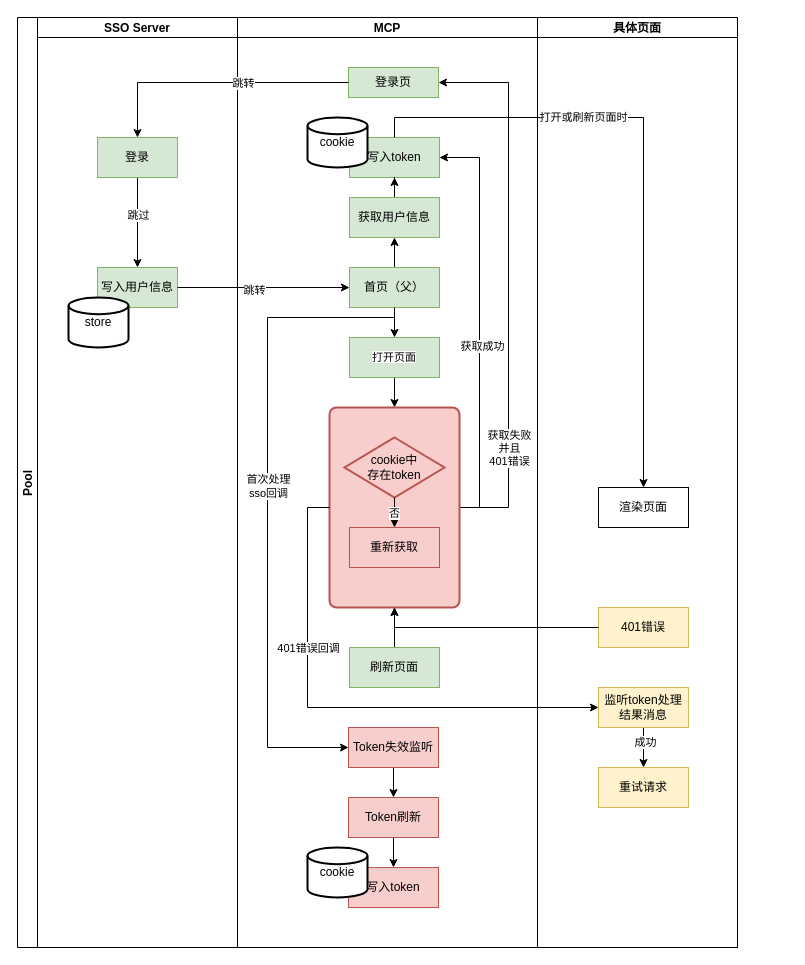
stonefromsky/workflowchart keeps this draw.io diagram as oidc访问令牌流程.drawio. Above is the earlier version. Source tidied: cells renumbered, new cells numbered last; positions are measured from the earlier drawing's top-left corner, leaving out a move shared by most shapes. Both pictures are drawn from the tidied source at 100%, with x=0, y=0 at pixel (17, 17).
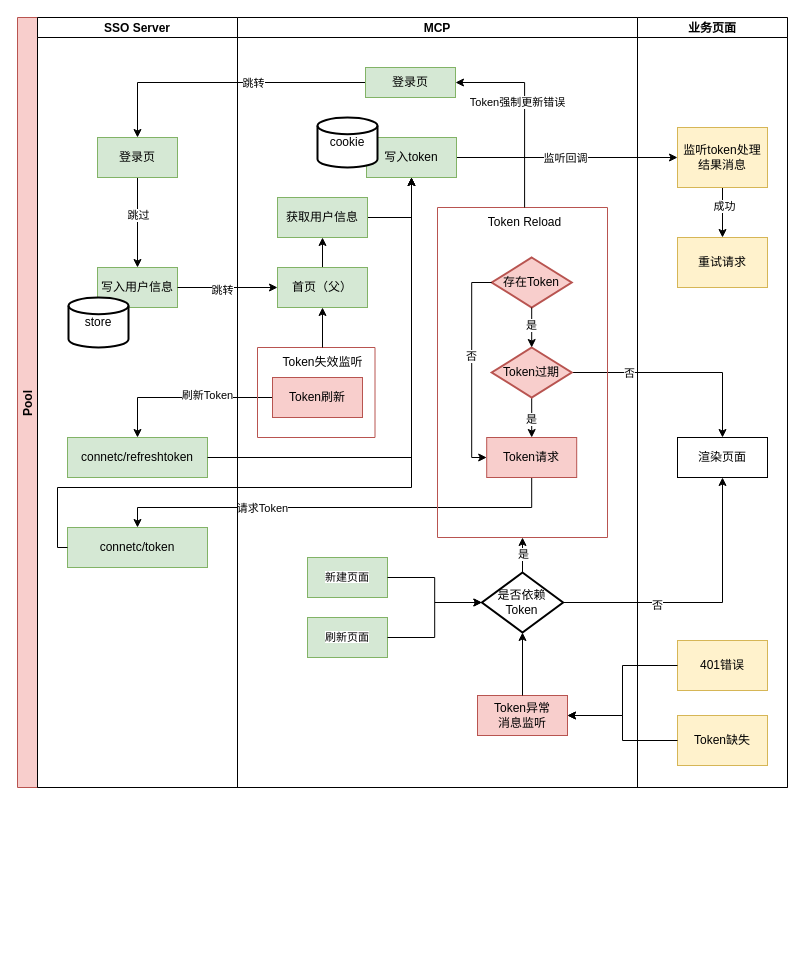
The same diagram, later.

Commit message:
更新oidc访问令牌流程.drawio

The change refers to these unchanged cells:
```xml
<mxCell id="7" value="写入用户信息" style="rounded=0;whiteSpace=wrap;html=1;fillColor=#d5e8d4;strokeColor=#82b366;" parent="3" vertex="1">
  <mxGeometry x="60" y="250" width="80" height="40" as="geometry" />
</mxCell>
```

What changed in the source:
```diff
@@
-    <mxCell id="2" value="Pool" style="swimlane;startSize=20;horizontal=0;" parent="1" vertex="1">
-      <mxGeometry width="720" height="930" as="geometry" />
+    <mxCell id="2" value="Pool" style="swimlane;startSize=20;horizontal=0;fillColor=#f8cecc;strokeColor=#b85450;" parent="1" vertex="1">
+      <mxGeometry width="770" height="770" as="geometry" />
     </mxCell>
     <mxCell id="3" value="SSO Server" style="swimlane;startSize=20;" parent="2" vertex="1">
-      <mxGeometry x="20" width="200" height="930" as="geometry" />
+      <mxGeometry x="20" width="200" height="770" as="geometry" />
     </mxCell>
@@
-    <mxCell id="6" value="登录" style="rounded=0;whiteSpace=wrap;html=1;fillColor=#d5e8d4;strokeColor=#82b366;" parent="3" vertex="1">
+    <mxCell id="6" value="登录页" style="rounded=0;whiteSpace=wrap;html=1;fillColor=#d5e8d4;strokeColor=#82b366;" parent="3" vertex="1">
       <mxGeometry x="60" y="120" width="80" height="40" as="geometry" />
     </mxCell>
@@
+    <mxCell id="55" value="connetc/refreshtoken" style="rounded=0;whiteSpace=wrap;html=1;fillColor=#d5e8d4;strokeColor=#82b366;" parent="3" vertex="1">
+      <mxGeometry x="30" y="420" width="140" height="40" as="geometry" />
+    </mxCell>
+    <mxCell id="56" value="connetc/token" style="rounded=0;whiteSpace=wrap;html=1;fillColor=#d5e8d4;strokeColor=#82b366;" parent="3" vertex="1">
+      <mxGeometry x="30" y="510" width="140" height="40" as="geometry" />
+    </mxCell>
+    <mxCell id="46" style="edgeStyle=orthogonalEdgeStyle;rounded=0;jettySize=auto;html=1;entryX=0.5;entryY=0;entryDx=0;entryDy=0;" parent="2" edge="1" source="10" target="6">
+      <mxGeometry relative="1" as="geometry" />
+    </mxCell>
+    <mxCell id="47" value="跳转" style="edgeLabel;html=1;align=center;verticalAlign=middle;" parent="46" vertex="1">
+      <mxGeometry x="-0.2" relative="1" as="geometry" />
+    </mxCell>
+    <mxCell id="48" style="edgeStyle=orthogonalEdgeStyle;rounded=0;jettySize=auto;html=1;entryX=0;entryY=0.5;entryDx=0;entryDy=0;exitX=1;exitY=0.5;exitDx=0;exitDy=0;" parent="2" edge="1" source="7" target="13">
+      <mxGeometry relative="1" as="geometry" />
+    </mxCell>
+    <mxCell id="49" value="跳转" style="edgeLabel;html=1;align=center;verticalAlign=middle;" parent="48" vertex="1">
+      <mxGeometry x="-0.12" y="-2" relative="1" as="geometry" />
+    </mxCell>
+    <mxCell id="57" style="edgeStyle=orthogonalEdgeStyle;rounded=0;jettySize=auto;html=1;entryX=0.5;entryY=1;entryDx=0;entryDy=0;exitX=1;exitY=0.5;exitDx=0;exitDy=0;" parent="2" edge="1" source="55" target="18">
+      <mxGeometry relative="1" as="geometry" />
+    </mxCell>
+    <mxCell id="58" style="edgeStyle=orthogonalEdgeStyle;rounded=0;jettySize=auto;html=1;entryX=0.5;entryY=0;entryDx=0;entryDy=0;" parent="2" edge="1" source="36" target="55">
+      <mxGeometry relative="1" as="geometry" />
+    </mxCell>
+    <mxCell id="59" value="刷新Token" style="edgeLabel;html=1;align=center;verticalAlign=middle;" parent="58" vertex="1">
+      <mxGeometry x="-0.25" y="-3" relative="1" as="geometry" />
+    </mxCell>
+    <mxCell id="60" style="edgeStyle=orthogonalEdgeStyle;rounded=0;jettySize=auto;html=1;entryX=0.5;entryY=1;entryDx=0;entryDy=0;" parent="2" edge="1" source="84" target="40">
+      <mxGeometry relative="1" as="geometry">
+        <Array as="points">
+          <mxPoint x="705" y="585" />
+        </Array>
+      </mxGeometry>
+    </mxCell>
+    <mxCell id="61" value="否" style="edgeLabel;html=1;align=center;verticalAlign=middle;" parent="60" vertex="1">
+      <mxGeometry x="-0.34" y="-2" relative="1" as="geometry" />
+    </mxCell>
+    <mxCell id="62" style="edgeStyle=orthogonalEdgeStyle;rounded=0;jettySize=auto;html=1;entryX=0.5;entryY=0;entryDx=0;entryDy=0;" parent="2" edge="1" source="77" target="40">
+      <mxGeometry relative="1" as="geometry" />
+    </mxCell>
+    <mxCell id="63" value="否" style="edgeLabel;html=1;align=center;verticalAlign=middle;" parent="62" vertex="1">
+      <mxGeometry x="-0.47" relative="1" as="geometry" />
+    </mxCell>
+    <mxCell id="64" style="edgeStyle=orthogonalEdgeStyle;rounded=0;jettySize=auto;html=1;entryX=0.5;entryY=0;entryDx=0;entryDy=0;exitX=0.5;exitY=1;exitDx=0;exitDy=0;" parent="2" edge="1" source="73" target="56">
+      <mxGeometry relative="1" as="geometry">
+        <Array as="points">
+          <mxPoint x="514" y="490" />
+          <mxPoint x="120" y="490" />
+        </Array>
+      </mxGeometry>
+    </mxCell>
+    <mxCell id="65" value="请求Token" style="edgeLabel;html=1;align=center;verticalAlign=middle;" parent="64" vertex="1">
+      <mxGeometry x="0.35" relative="1" as="geometry" />
+    </mxCell>
+    <mxCell id="66" style="edgeStyle=orthogonalEdgeStyle;rounded=0;jettySize=auto;html=1;exitX=0;exitY=0.5;exitDx=0;exitDy=0;entryX=0.5;entryY=1;entryDx=0;entryDy=0;" parent="2" edge="1" source="56" target="18">
+      <mxGeometry relative="1" as="geometry">
+        <Array as="points">
+          <mxPoint x="40" y="530" />
+          <mxPoint x="40" y="470" />
+          <mxPoint x="394" y="470" />
+        </Array>
+      </mxGeometry>
+    </mxCell>
+    <mxCell id="67" style="edgeStyle=orthogonalEdgeStyle;rounded=0;jettySize=auto;html=1;" parent="2" edge="1" source="18" target="44">
+      <mxGeometry relative="1" as="geometry" />
+    </mxCell>
+    <mxCell id="68" value="监听回调" style="edgeLabel;html=1;align=center;verticalAlign=middle;" parent="67" vertex="1">
+      <mxGeometry x="-0.2" relative="1" as="geometry">
+        <mxPoint x="20" as="offset" />
+      </mxGeometry>
+    </mxCell>
     <mxCell id="9" value="MCP" style="swimlane;startSize=20;" parent="2" vertex="1">
-      <mxGeometry x="220" width="300" height="930" as="geometry" />
+      <mxGeometry x="220" width="400" height="770" as="geometry" />
     </mxCell>
     <mxCell id="10" value="登录页" style="rounded=0;whiteSpace=wrap;html=1;fillColor=#d5e8d4;strokeColor=#82b366;" parent="9" vertex="1">
-      <mxGeometry x="111" y="50" width="90" height="30" as="geometry" />
+      <mxGeometry x="128" y="50" width="90" height="30" as="geometry" />
     </mxCell>
-    <mxCell id="11" style="edgeStyle=orthogonalEdgeStyle;rounded=0;jettySize=auto;html=1;entryX=0.5;entryY=0;entryDx=0;entryDy=0;" parent="9" edge="1" source="13" target="15">
-      <mxGeometry relative="1" as="geometry" />
-    </mxCell>
@@
     <mxCell id="13" value="首页（父）" style="rounded=0;whiteSpace=wrap;html=1;fillColor=#d5e8d4;strokeColor=#82b366;" parent="9" vertex="1">
-      <mxGeometry x="112" y="250" width="90" height="40" as="geometry" />
+      <mxGeometry x="40" y="250" width="90" height="40" as="geometry" />
     </mxCell>
-    <mxCell id="14" style="edgeStyle=orthogonalEdgeStyle;rounded=0;jettySize=auto;html=1;entryX=0.5;entryY=0;entryDx=0;entryDy=0;" parent="9" edge="1" source="15" target="24">
-      <mxGeometry relative="1" as="geometry" />
-    </mxCell>
-    <mxCell id="15" value="&lt;span style=&quot;font-size: 11px; text-wrap-mode: nowrap; background-color: rgb(255, 255, 255);&quot;&gt;打开页面&lt;/span&gt;" style="rounded=0;whiteSpace=wrap;html=1;fillColor=#d5e8d4;strokeColor=#82b366;" parent="9" vertex="1">
-      <mxGeometry x="112" y="320" width="90" height="40" as="geometry" />
+    <mxCell id="15" value="&lt;span style=&quot;font-size: 11px; text-wrap-mode: nowrap; background-color: rgb(255, 255, 255);&quot;&gt;新建页面&lt;/span&gt;" style="rounded=0;whiteSpace=wrap;html=1;fillColor=#d5e8d4;strokeColor=#82b366;" parent="9" vertex="1">
+      <mxGeometry x="70" y="540" width="80" height="40" as="geometry" />
     </mxCell>
-    <mxCell id="16" style="edgeStyle=orthogonalEdgeStyle;rounded=0;jettySize=auto;html=1;entryX=0;entryY=0.5;entryDx=0;entryDy=0;exitX=0.5;exitY=1;exitDx=0;exitDy=0;" parent="9" edge="1" source="13" target="30">
-      <mxGeometry relative="1" as="geometry">
-        <Array as="points">
-          <mxPoint x="157" y="300" />
-          <mxPoint x="30" y="300" />
-          <mxPoint x="30" y="730" />
-        </Array>
-      </mxGeometry>
-    </mxCell>
-    <mxCell id="17" value="&lt;div&gt;首次处理&lt;/div&gt;sso回调" style="edgeLabel;html=1;align=center;verticalAlign=middle;" parent="16" vertex="1">
-      <mxGeometry x="-0.06" relative="1" as="geometry" />
-    </mxCell>
     <mxCell id="18" value="写入token" style="rounded=0;whiteSpace=wrap;html=1;fillColor=#d5e8d4;strokeColor=#82b366;" parent="9" vertex="1">
-      <mxGeometry x="112" y="120" width="90" height="40" as="geometry" />
+      <mxGeometry x="129" y="120" width="90" height="40" as="geometry" />
     </mxCell>
     <mxCell id="19" value="cookie" style="strokeWidth=2;html=1;shape=mxgraph.flowchart.database;whiteSpace=wrap;" parent="9" vertex="1">
-      <mxGeometry x="70" y="100" width="60" height="50" as="geometry" />
+      <mxGeometry x="80" y="100" width="60" height="50" as="geometry" />
     </mxCell>
-    <mxCell id="20" style="edgeStyle=orthogonalEdgeStyle;rounded=0;jettySize=auto;html=1;entryX=1;entryY=0.5;entryDx=0;entryDy=0;exitX=1;exitY=0.5;exitDx=0;exitDy=0;" parent="9" edge="1" source="24" target="10">
-      <mxGeometry relative="1" as="geometry">
-        <Array as="points">
-          <mxPoint x="271" y="490" />
-          <mxPoint x="271" y="65" />
-        </Array>
-      </mxGeometry>
-    </mxCell>
-    <mxCell id="21" value="获取失败&lt;div&gt;并且&lt;br&gt;401错误&lt;/div&gt;" style="edgeLabel;html=1;align=center;verticalAlign=middle;" parent="20" vertex="1">
-      <mxGeometry x="-0.6" relative="1" as="geometry" />
-    </mxCell>
-    <mxCell id="22" style="edgeStyle=orthogonalEdgeStyle;rounded=0;jettySize=auto;html=1;entryX=1;entryY=0.5;entryDx=0;entryDy=0;exitX=1;exitY=0.5;exitDx=0;exitDy=0;" parent="9" edge="1" source="24" target="18">
-      <mxGeometry relative="1" as="geometry" />
-    </mxCell>
-    <mxCell id="23" value="获取成功" style="edgeLabel;html=1;align=center;verticalAlign=middle;" parent="22" vertex="1">
-      <mxGeometry x="-0.11" y="-2" relative="1" as="geometry" />
-    </mxCell>
-    <mxCell id="24" style="rounded=1;whiteSpace=wrap;html=1;absoluteArcSize=1;arcSize=14;strokeWidth=2;align=left;fillColor=#f8cecc;strokeColor=#b85450;" parent="9" vertex="1">
-      <mxGeometry x="92" y="390" width="130" height="200" as="geometry" />
-    </mxCell>
-    <mxCell id="25" value="cookie中&lt;br&gt;存在token" style="strokeWidth=2;html=1;shape=mxgraph.flowchart.decision;whiteSpace=wrap;fillColor=#f8cecc;strokeColor=#b85450;" parent="9" vertex="1">
-      <mxGeometry x="107" y="420" width="100" height="60" as="geometry" />
-    </mxCell>
-    <mxCell id="26" style="edgeStyle=orthogonalEdgeStyle;rounded=0;jettySize=auto;html=1;" parent="9" edge="1" source="25" target="28">
-      <mxGeometry relative="1" as="geometry" />
-    </mxCell>
-    <mxCell id="27" value="否" style="edgeLabel;html=1;align=center;verticalAlign=middle;" parent="26" vertex="1">
-      <mxGeometry x="-0.4" y="-1" relative="1" as="geometry" />
-    </mxCell>
-    <mxCell id="28" value="重新获取" style="rounded=0;whiteSpace=wrap;html=1;fillColor=#f8cecc;strokeColor=#b85450;" parent="9" vertex="1">
-      <mxGeometry x="112" y="510" width="90" height="40" as="geometry" />
-    </mxCell>
-    <mxCell id="29" style="edgeStyle=orthogonalEdgeStyle;rounded=0;jettySize=auto;html=1;entryX=0.5;entryY=0;entryDx=0;entryDy=0;" parent="9" edge="1" source="30" target="36">
-      <mxGeometry relative="1" as="geometry" />
-    </mxCell>
-    <mxCell id="30" value="Token失效监听" style="rounded=0;whiteSpace=wrap;html=1;fillColor=#f8cecc;strokeColor=#b85450;" parent="9" vertex="1">
-      <mxGeometry x="111" y="710" width="90" height="40" as="geometry" />
-    </mxCell>
-    <mxCell id="31" style="edgeStyle=orthogonalEdgeStyle;rounded=0;jettySize=auto;html=1;entryX=0.5;entryY=1;entryDx=0;entryDy=0;" parent="9" edge="1" source="32" target="18">
+    <mxCell id="31" style="edgeStyle=orthogonalEdgeStyle;rounded=0;jettySize=auto;html=1;entryX=0.5;entryY=1;entryDx=0;entryDy=0;exitX=1;exitY=0.5;exitDx=0;exitDy=0;" parent="9" edge="1" source="32" target="18">
       <mxGeometry relative="1" as="geometry" />
     </mxCell>
     <mxCell id="32" value="获取用户信息" style="rounded=0;whiteSpace=wrap;html=1;fillColor=#d5e8d4;strokeColor=#82b366;" parent="9" vertex="1">
-      <mxGeometry x="112" y="180" width="90" height="40" as="geometry" />
+      <mxGeometry x="40" y="180" width="90" height="40" as="geometry" />
     </mxCell>
-    <mxCell id="33" style="edgeStyle=orthogonalEdgeStyle;rounded=0;jettySize=auto;html=1;entryX=0.5;entryY=1;entryDx=0;entryDy=0;" parent="9" edge="1" source="34" target="24">
-      <mxGeometry relative="1" as="geometry" />
-    </mxCell>
+    <mxCell id="69" style="swimlane;startSize=0;fillColor=#f8cecc;strokeColor=#b85450;" parent="9" vertex="1">
+      <mxGeometry x="20" y="330" width="117.5" height="90" as="geometry" />
+    </mxCell>
+    <mxCell id="30" value="Token失效监听" style="text;html=1;align=center;verticalAlign=middle;points=[];strokeColor=none;fillColor=none;" parent="69" vertex="1">
+      <mxGeometry x="15" width="100" height="30" as="geometry" />
+    </mxCell>
+    <mxCell id="36" value="Token刷新" style="rounded=0;whiteSpace=wrap;html=1;fillColor=#f8cecc;strokeColor=#b85450;" parent="69" vertex="1">
+      <mxGeometry x="15" y="30" width="90" height="40" as="geometry" />
+    </mxCell>
+    <mxCell id="70" style="edgeStyle=orthogonalEdgeStyle;rounded=0;jettySize=auto;html=1;entryX=0.5;entryY=1;entryDx=0;entryDy=0;" parent="9" edge="1" source="30" target="13">
+      <mxGeometry relative="1" as="geometry" />
+    </mxCell>
+    <mxCell id="71" style="swimlane;startSize=0;fillColor=#f8cecc;strokeColor=#b85450;" parent="9" vertex="1">
+      <mxGeometry x="200" y="190" width="170" height="330" as="geometry" />
+    </mxCell>
+    <mxCell id="72" value="Token Reload" style="text;html=1;align=center;verticalAlign=middle;points=[];strokeColor=none;fillColor=none;" parent="71" vertex="1">
+      <mxGeometry x="36.8" width="100" height="30" as="geometry" />
+    </mxCell>
+    <mxCell id="73" value="Token请求" style="rounded=0;whiteSpace=wrap;html=1;fillColor=#f8cecc;strokeColor=#b85450;" parent="71" vertex="1">
+      <mxGeometry x="49.2" y="230" width="90" height="40" as="geometry" />
+    </mxCell>
+    <mxCell id="74" value="存在Token" style="strokeWidth=2;html=1;shape=mxgraph.flowchart.decision;whiteSpace=wrap;fillColor=#f8cecc;strokeColor=#b85450;" parent="71" vertex="1">
+      <mxGeometry x="54.2" y="50" width="80" height="50" as="geometry" />
+    </mxCell>
+    <mxCell id="75" style="edgeStyle=orthogonalEdgeStyle;rounded=0;jettySize=auto;html=1;" parent="71" edge="1" source="77" target="73">
+      <mxGeometry relative="1" as="geometry" />
+    </mxCell>
+    <mxCell id="76" value="是" style="edgeLabel;html=1;align=center;verticalAlign=middle;" parent="75" vertex="1">
+      <mxGeometry x="0.05" y="-1" relative="1" as="geometry" />
+    </mxCell>
+    <mxCell id="77" value="Token过期" style="strokeWidth=2;html=1;shape=mxgraph.flowchart.decision;whiteSpace=wrap;fillColor=#f8cecc;strokeColor=#b85450;" parent="71" vertex="1">
+      <mxGeometry x="54.2" y="140" width="80" height="50" as="geometry" />
+    </mxCell>
+    <mxCell id="78" style="edgeStyle=orthogonalEdgeStyle;rounded=0;jettySize=auto;html=1;" parent="71" edge="1" source="74" target="77">
+      <mxGeometry relative="1" as="geometry" />
+    </mxCell>
+    <mxCell id="79" value="是" style="edgeLabel;html=1;align=center;verticalAlign=middle;" parent="78" vertex="1">
+      <mxGeometry x="-0.15" y="-1" relative="1" as="geometry" />
+    </mxCell>
+    <mxCell id="80" style="edgeStyle=orthogonalEdgeStyle;rounded=0;jettySize=auto;html=1;entryX=0;entryY=0.5;entryDx=0;entryDy=0;exitX=0;exitY=0.5;exitDx=0;exitDy=0;exitPerimeter=0;" parent="71" edge="1" source="74" target="73">
+      <mxGeometry relative="1" as="geometry" />
+    </mxCell>
+    <mxCell id="81" value="否" style="edgeLabel;html=1;align=center;verticalAlign=middle;" parent="80" vertex="1">
+      <mxGeometry x="-0.11" y="-1" relative="1" as="geometry" />
+    </mxCell>
+    <mxCell id="82" style="edgeStyle=orthogonalEdgeStyle;rounded=0;jettySize=auto;html=1;entryX=0.5;entryY=1;entryDx=0;entryDy=0;" parent="9" edge="1" source="84" target="71">
+      <mxGeometry relative="1" as="geometry" />
+    </mxCell>
+    <mxCell id="83" value="是" style="edgeLabel;html=1;align=center;verticalAlign=middle;" parent="82" vertex="1">
+      <mxGeometry x="-0.05" relative="1" as="geometry" />
+    </mxCell>
+    <mxCell id="84" value="是否依赖Token" style="strokeWidth=2;html=1;shape=mxgraph.flowchart.decision;whiteSpace=wrap;" parent="9" vertex="1">
+      <mxGeometry x="244.4" y="555" width="81.2" height="60" as="geometry" />
+    </mxCell>
+    <mxCell id="85" style="edgeStyle=orthogonalEdgeStyle;rounded=0;jettySize=auto;html=1;entryX=0;entryY=0.5;entryDx=0;entryDy=0;entryPerimeter=0;" parent="9" edge="1" source="15" target="84">
+      <mxGeometry relative="1" as="geometry" />
+    </mxCell>
+    <mxCell id="86" style="edgeStyle=orthogonalEdgeStyle;rounded=0;jettySize=auto;html=1;entryX=1;entryY=0.5;entryDx=0;entryDy=0;exitX=0.503;exitY=0;exitDx=0;exitDy=0;exitPerimeter=0;" parent="9" edge="1" source="72" target="10">
+      <mxGeometry relative="1" as="geometry" />
+    </mxCell>
+    <mxCell id="87" value="Token强制更新错误" style="edgeLabel;html=1;align=center;verticalAlign=middle;" parent="86" vertex="1">
+      <mxGeometry x="0.35" y="-2" relative="1" as="geometry">
+        <mxPoint x="-2" y="21" as="offset" />
+      </mxGeometry>
+    </mxCell>
+    <mxCell id="88" value="Token异常&lt;div&gt;消息监听&lt;/div&gt;" style="rounded=0;whiteSpace=wrap;html=1;fillColor=#f8cecc;strokeColor=#b85450;" parent="9" vertex="1">
+      <mxGeometry x="240" y="678" width="90" height="40" as="geometry" />
+    </mxCell>
+    <mxCell id="89" style="edgeStyle=orthogonalEdgeStyle;rounded=0;jettySize=auto;html=1;entryX=0.5;entryY=1;entryDx=0;entryDy=0;entryPerimeter=0;" parent="9" edge="1" source="88" target="84">
+      <mxGeometry relative="1" as="geometry" />
+    </mxCell>
-    <mxCell id="34" value="刷新页面" style="rounded=0;whiteSpace=wrap;html=1;fillColor=#d5e8d4;strokeColor=#82b366;" parent="9" vertex="1">
-      <mxGeometry x="112" y="630" width="90" height="40" as="geometry" />
+    <mxCell id="34" value="&lt;span style=&quot;font-size: 11px; text-wrap-mode: nowrap; background-color: rgb(255, 255, 255);&quot;&gt;刷新页面&lt;/span&gt;" style="rounded=0;whiteSpace=wrap;html=1;fillColor=#d5e8d4;strokeColor=#82b366;" parent="9" vertex="1">
+      <mxGeometry x="70" y="600" width="80" height="40" as="geometry" />
     </mxCell>
-    <mxCell id="35" style="edgeStyle=orthogonalEdgeStyle;rounded=0;jettySize=auto;html=1;" parent="9" edge="1" source="36" target="37">
-      <mxGeometry relative="1" as="geometry" />
-    </mxCell>
-    <mxCell id="36" value="Token刷新" style="rounded=0;whiteSpace=wrap;html=1;fillColor=#f8cecc;strokeColor=#b85450;" parent="9" vertex="1">
-      <mxGeometry x="111" y="780" width="90" height="40" as="geometry" />
-    </mxCell>
-    <mxCell id="37" value="写入token" style="rounded=0;whiteSpace=wrap;html=1;fillColor=#f8cecc;strokeColor=#b85450;" parent="9" vertex="1">
-      <mxGeometry x="111" y="850" width="90" height="40" as="geometry" />
-    </mxCell>
-    <mxCell id="38" value="cookie" style="strokeWidth=2;html=1;shape=mxgraph.flowchart.database;whiteSpace=wrap;" parent="9" vertex="1">
-      <mxGeometry x="70" y="830" width="60" height="50" as="geometry" />
-    </mxCell>
+    <mxCell id="90" style="edgeStyle=orthogonalEdgeStyle;rounded=0;jettySize=auto;html=1;entryX=0;entryY=0.5;entryDx=0;entryDy=0;entryPerimeter=0;" parent="9" edge="1" source="34" target="84">
+      <mxGeometry relative="1" as="geometry" />
+    </mxCell>
-    <mxCell id="39" value="具体页面" style="swimlane;startSize=20;" parent="2" vertex="1">
-      <mxGeometry x="520" width="200" height="930" as="geometry" />
+    <mxCell id="39" value="业务页面" style="swimlane;startSize=20;" parent="2" vertex="1">
+      <mxGeometry x="620" width="150" height="770" as="geometry" />
     </mxCell>
     <mxCell id="40" value="渲染页面" style="rounded=0;whiteSpace=wrap;html=1;" parent="39" vertex="1">
-      <mxGeometry x="61" y="470" width="90" height="40" as="geometry" />
+      <mxGeometry x="40" y="420" width="90" height="40" as="geometry" />
     </mxCell>
     <mxCell id="41" value="401错误" style="rounded=0;whiteSpace=wrap;html=1;fillColor=#fff2cc;strokeColor=#d6b656;" parent="39" vertex="1">
-      <mxGeometry x="61" y="590" width="90" height="40" as="geometry" />
+      <mxGeometry x="40" y="623" width="90" height="50" as="geometry" />
     </mxCell>
@@
     <mxCell id="44" value="监听token处理结果消息" style="rounded=0;whiteSpace=wrap;html=1;fillColor=#fff2cc;strokeColor=#d6b656;" parent="39" vertex="1">
-      <mxGeometry x="61" y="670" width="90" height="40" as="geometry" />
+      <mxGeometry x="40" y="110" width="90" height="60" as="geometry" />
     </mxCell>
     <mxCell id="45" value="重试请求" style="rounded=0;whiteSpace=wrap;html=1;fillColor=#fff2cc;strokeColor=#d6b656;" parent="39" vertex="1">
-      <mxGeometry x="61" y="750" width="90" height="40" as="geometry" />
+      <mxGeometry x="40" y="220" width="90" height="50" as="geometry" />
     </mxCell>
-    <mxCell id="46" style="edgeStyle=orthogonalEdgeStyle;rounded=0;jettySize=auto;html=1;entryX=0.5;entryY=0;entryDx=0;entryDy=0;" parent="2" edge="1" source="10" target="6">
-      <mxGeometry relative="1" as="geometry" />
-    </mxCell>
-    <mxCell id="47" value="跳转" style="edgeLabel;html=1;align=center;verticalAlign=middle;" parent="46" vertex="1">
-      <mxGeometry x="-0.2" relative="1" as="geometry" />
-    </mxCell>
-    <mxCell id="48" style="edgeStyle=orthogonalEdgeStyle;rounded=0;jettySize=auto;html=1;entryX=0;entryY=0.5;entryDx=0;entryDy=0;exitX=1;exitY=0.5;exitDx=0;exitDy=0;" parent="2" edge="1" source="7" target="13">
-      <mxGeometry relative="1" as="geometry" />
-    </mxCell>
-    <mxCell id="49" value="跳转" style="edgeLabel;html=1;align=center;verticalAlign=middle;" parent="48" vertex="1">
-      <mxGeometry x="-0.12" y="-2" relative="1" as="geometry" />
-    </mxCell>
-    <mxCell id="50" style="edgeStyle=orthogonalEdgeStyle;rounded=0;jettySize=auto;html=1;entryX=0.5;entryY=1;entryDx=0;entryDy=0;" parent="2" edge="1" source="41" target="24">
-      <mxGeometry relative="1" as="geometry" />
-    </mxCell>
-    <mxCell id="51" style="edgeStyle=orthogonalEdgeStyle;rounded=0;jettySize=auto;html=1;entryX=0;entryY=0.5;entryDx=0;entryDy=0;exitX=0;exitY=0.5;exitDx=0;exitDy=0;" parent="2" edge="1" source="24" target="44">
-      <mxGeometry relative="1" as="geometry">
-        <Array as="points">
-          <mxPoint x="290" y="490" />
-          <mxPoint x="290" y="690" />
-        </Array>
-      </mxGeometry>
-    </mxCell>
-    <mxCell id="52" value="401错误回调" style="edgeLabel;html=1;align=center;verticalAlign=middle;" parent="51" vertex="1">
-      <mxGeometry x="-0.37" relative="1" as="geometry" />
-    </mxCell>
-    <mxCell id="53" style="edgeStyle=orthogonalEdgeStyle;rounded=0;jettySize=auto;html=1;entryX=0.5;entryY=0;entryDx=0;entryDy=0;exitX=0.5;exitY=0;exitDx=0;exitDy=0;" parent="2" edge="1" source="18" target="40">
-      <mxGeometry relative="1" as="geometry" />
-    </mxCell>
-    <mxCell id="54" value="打开或刷新页面时" style="edgeLabel;html=1;align=center;verticalAlign=middle;" parent="53" vertex="1">
-      <mxGeometry x="-0.35" relative="1" as="geometry">
-        <mxPoint y="-1" as="offset" />
-      </mxGeometry>
-    </mxCell>
+    <mxCell id="91" value="Token缺失" style="rounded=0;whiteSpace=wrap;html=1;fillColor=#fff2cc;strokeColor=#d6b656;" parent="39" vertex="1">
+      <mxGeometry x="40" y="698" width="90" height="50" as="geometry" />
+    </mxCell>
+    <mxCell id="92" style="edgeStyle=orthogonalEdgeStyle;rounded=0;jettySize=auto;html=1;entryX=1;entryY=0.5;entryDx=0;entryDy=0;" parent="2" edge="1" source="41" target="88">
+      <mxGeometry relative="1" as="geometry" />
+    </mxCell>
+    <mxCell id="93" style="edgeStyle=orthogonalEdgeStyle;rounded=0;jettySize=auto;html=1;entryX=1;entryY=0.5;entryDx=0;entryDy=0;" parent="2" edge="1" source="91" target="88">
+      <mxGeometry relative="1" as="geometry" />
+    </mxCell>
```
